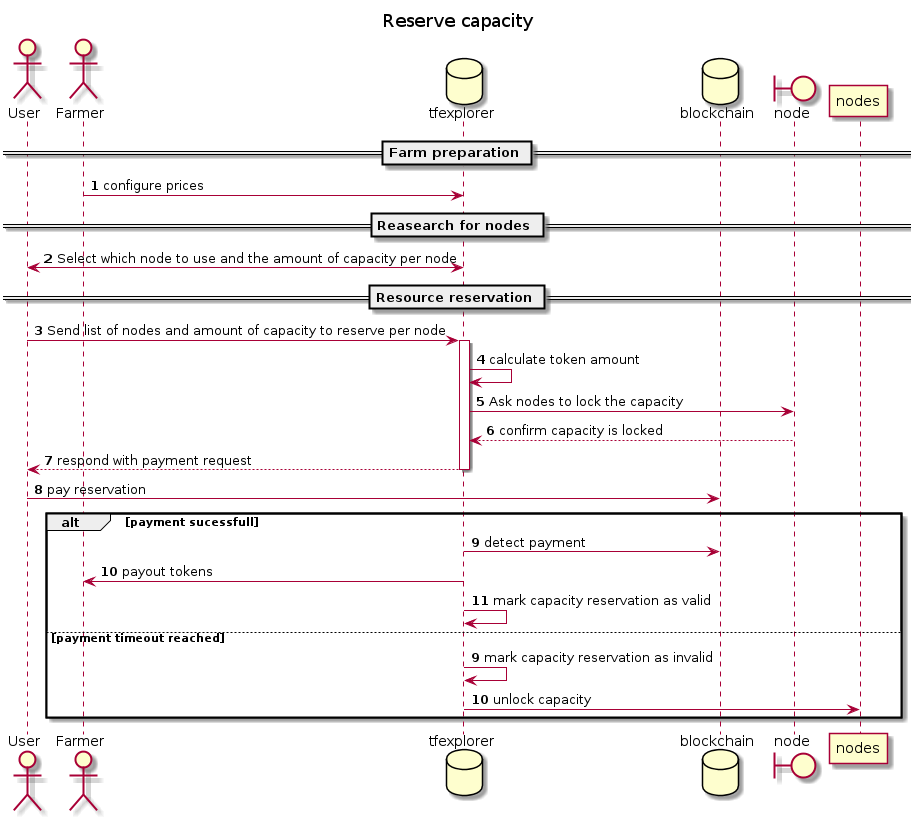
threefoldtecharchive/tfexplorer keeps this PlantUML diagram as specs/reserve_capacity.png. Above is the earlier version. Its diagram source:
```plantuml
@startuml

title Reserve capacity

actor User as user
actor Farmer as farmer
database tfexplorer
database blockchain
boundary node

autonumber
== Farm preparation ==
farmer -> tfexplorer: configure prices
== Reasearch for nodes ==
user <-> tfexplorer: Select which node to use and the amount of capacity per node
== Resource reservation ==
user -> tfexplorer: Send list of nodes and amount of capacity to reserve per node
activate tfexplorer
tfexplorer -> tfexplorer: calculate token amount
tfexplorer -> node: Ask nodes to lock the capacity
node --> tfexplorer: confirm capacity is locked
tfexplorer --> user: respond with payment request
deactivate tfexplorer
user -> blockchain: pay reservation
alt payment sucessfull
tfexplorer -> blockchain: detect payment
tfexplorer -> farmer: payout tokens
tfexplorer -> tfexplorer: mark capacity reservation as valid
else payment timeout reached
autonumber 9
tfexplorer -> tfexplorer: mark capacity reservation as invalid
tfexplorer -> nodes: unlock capacity
end
@enduml
```
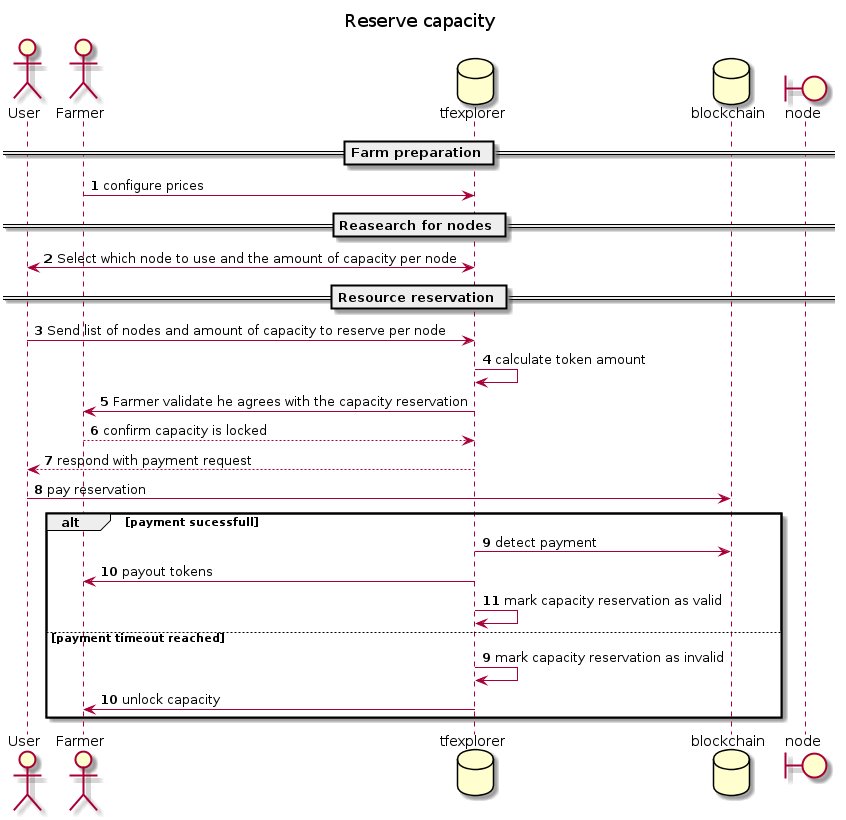
Above is the later version.

What changed in the source:
```diff
@@ -15,12 +15,10 @@
 user <-> tfexplorer: Select which node to use and the amount of capacity per node
 == Resource reservation ==
 user -> tfexplorer: Send list of nodes and amount of capacity to reserve per node
-activate tfexplorer
 tfexplorer -> tfexplorer: calculate token amount
-tfexplorer -> node: Ask nodes to lock the capacity
-node --> tfexplorer: confirm capacity is locked
+tfexplorer -> farmer: Farmer validate he agrees with the capacity reservation
+farmer --> tfexplorer: confirm capacity is locked
 tfexplorer --> user: respond with payment request
-deactivate tfexplorer
 user -> blockchain: pay reservation
 alt payment sucessfull
 tfexplorer -> blockchain: detect payment
@@ -29,6 +27,6 @@
 else payment timeout reached
 autonumber 9
 tfexplorer -> tfexplorer: mark capacity reservation as invalid
-tfexplorer -> nodes: unlock capacity
+tfexplorer -> farmer: unlock capacity
 end
 @enduml
```
